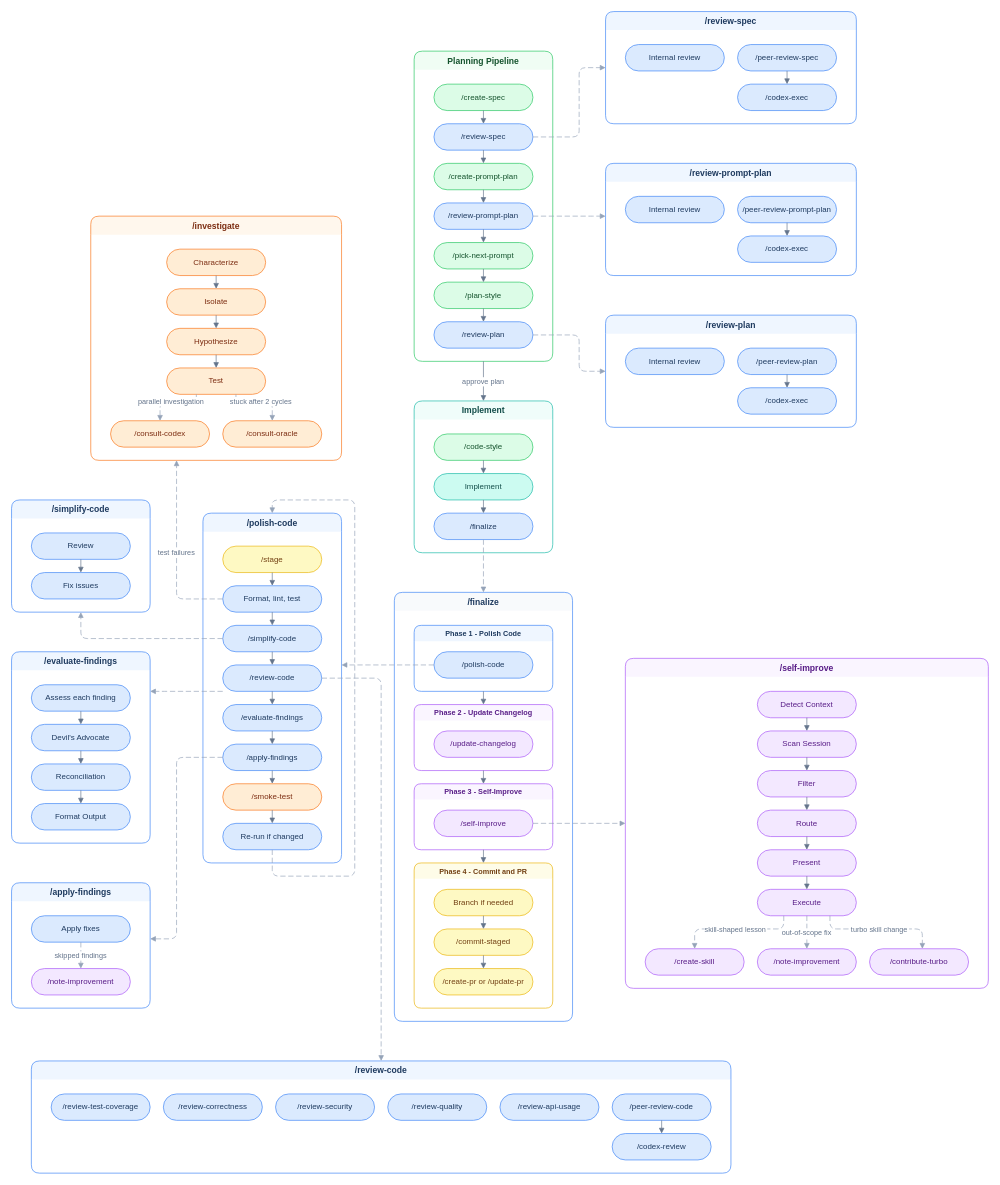
The draw.io diagram assets/how-skills-connect.drawio in nathan-hayashi/turbo, before the edit. Source tidied: cells renumbered, new cells numbered last; positions are measured from the earlier drawing's top-left corner, leaving out a move shared by most shapes. Both pictures are drawn from the tidied source at 66%, with x=0, y=0 at pixel (11, 11).
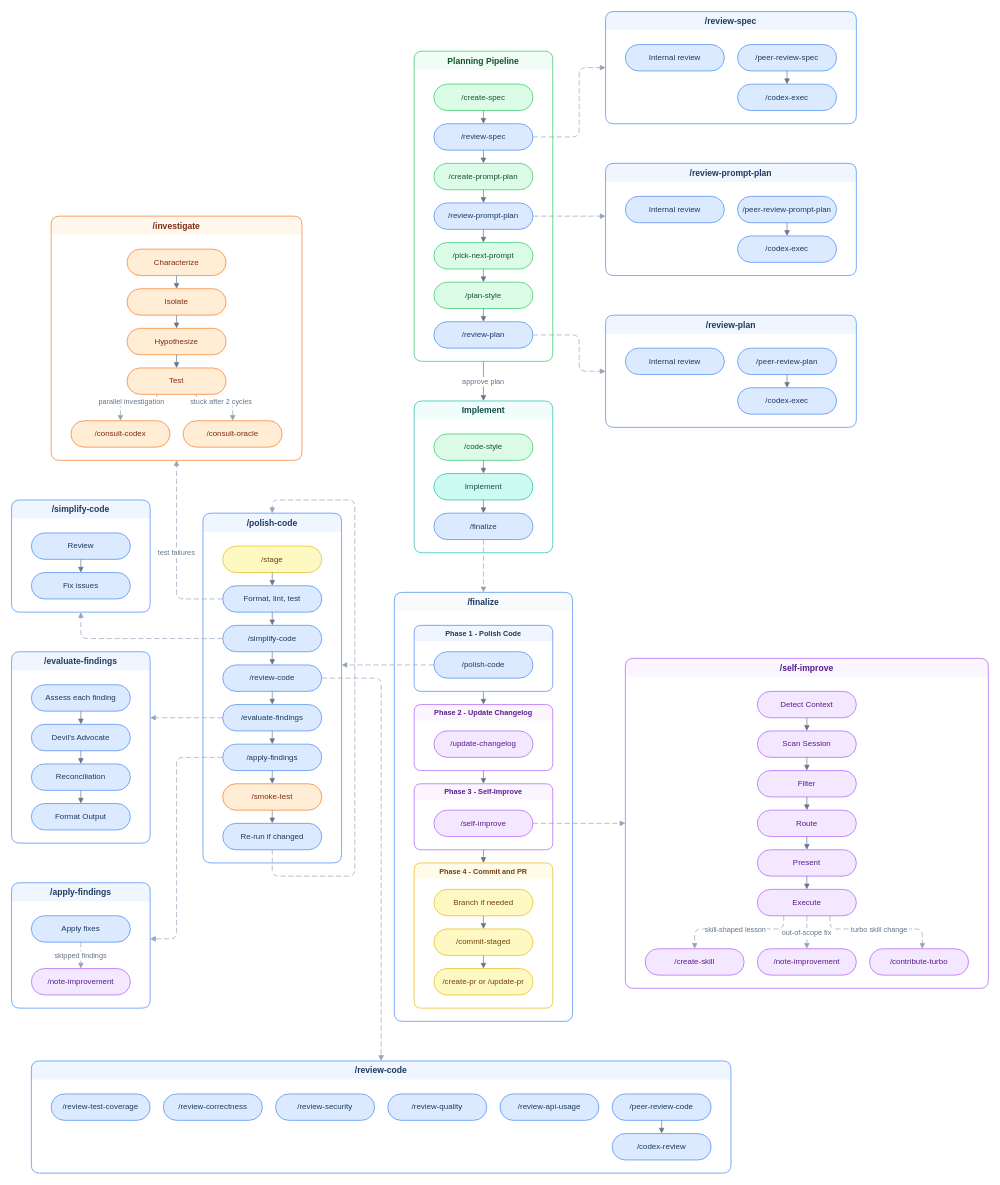
After the change.

Commit message (it also covers changes not shown here):
Re-export SVG from updated draw.io diagram

Unchanged cells that the change refers to:
```xml
<mxCell id="37" value="/evaluate-findings" style="rounded=1;whiteSpace=wrap;html=1;arcSize=50;fillColor=#dbeafe;strokeColor=#3b82f6;fontColor=#1e3a5f;fontSize=12;" parent="32" vertex="1">
  <mxGeometry x="30" y="290" width="150" height="40" as="geometry" />
</mxCell>
<mxCell id="80" value="/evaluate-findings" style="swimlane;startSize=28;rounded=1;fillColor=#eff6ff;strokeColor=#3b82f6;fontColor=#1e3a5f;fontStyle=1;fontSize=13;swimlaneLine=0;" parent="1" vertex="1">
  <mxGeometry y="970" width="210" height="290" as="geometry" />
</mxCell>
```

Change to the diagram source:
```diff
@@
     <mxCell id="92" value="/investigate" style="swimlane;startSize=28;rounded=1;fillColor=#fff7ed;strokeColor=#f97316;fontColor=#7c2d12;fontStyle=1;fontSize=13;swimlaneLine=0;" parent="1" vertex="1">
-      <mxGeometry x="120" y="310" width="380" height="370" as="geometry" />
+      <mxGeometry x="60" y="310" width="380" height="370" as="geometry" />
     </mxCell>
@@
-    <mxCell id="117" style="dashed=1;dashPattern=8 4;endArrow=block;endFill=1;rounded=1;edgeStyle=orthogonalEdgeStyle;strokeColor=#94a3b8;fontSize=11;fontColor=#64748b;" parent="1" edge="1">
+    <mxCell id="117" style="dashed=1;dashPattern=8 4;endArrow=block;endFill=1;rounded=1;edgeStyle=orthogonalEdgeStyle;strokeColor=#94a3b8;fontSize=11;fontColor=#64748b;" parent="1" edge="1" source="37" target="80">
       <mxGeometry relative="1" as="geometry">
-        <mxPoint x="320" y="1030" as="sourcePoint" />
-        <mxPoint x="210" y="1030" as="targetPoint" />
         <Array as="points">
-          <mxPoint x="230" y="1030" />
-          <mxPoint x="230" y="1030" />
+          <mxPoint x="220" y="1070" />
+          <mxPoint x="220" y="1070" />
         </Array>
       </mxGeometry>
     </mxCell>
```
